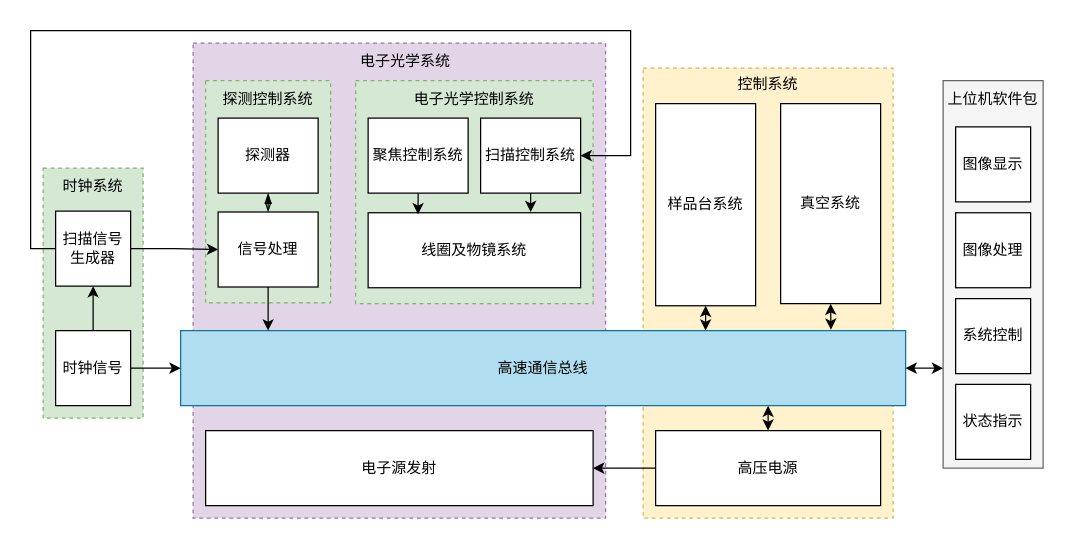
SolarAA-11/drawio keeps this draw.io diagram as page "第一张图" (1 of 2) of 系统结构图.drawio. Above is the earlier version. Source tidied: cells renumbered, new cells numbered last; positions are measured from the earlier drawing's top-left corner, leaving out a move shared by most shapes. Both pictures are drawn from the tidied source at 125%, with x=0, y=0 at pixel (30, 30).
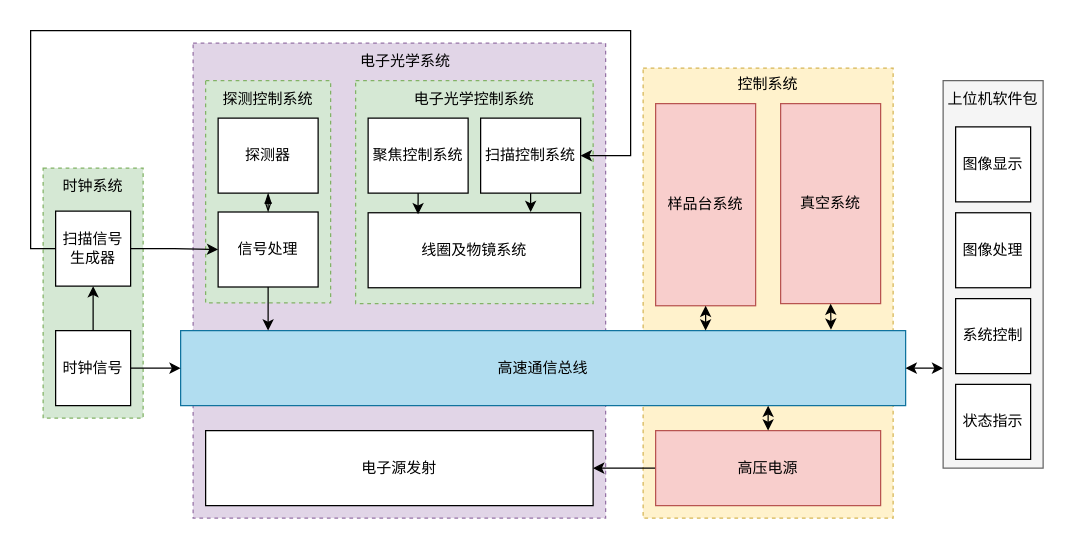
The same diagram, later.

Commit message:
更新系统结构图.drawio

Diff of the diagram source:
```diff
@@
-    <mxCell id="10" value="高压电源" style="rounded=0;whiteSpace=wrap;html=1;" parent="1" vertex="1">
+    <mxCell id="10" value="高压电源" style="rounded=0;whiteSpace=wrap;html=1;fillColor=#f8cecc;strokeColor=#b85450;" parent="1" vertex="1">
       <mxGeometry x="500" y="320" width="180" height="60" as="geometry" />
     </mxCell>
-    <mxCell id="11" value="真空系统" style="rounded=0;whiteSpace=wrap;html=1;" parent="1" vertex="1">
+    <mxCell id="11" value="真空系统" style="rounded=0;whiteSpace=wrap;html=1;fillColor=#f8cecc;strokeColor=#b85450;" parent="1" vertex="1">
       <mxGeometry x="600" y="58.4" width="80" height="160" as="geometry" />
     </mxCell>
-    <mxCell id="12" value="样品台系统&lt;br&gt;" style="rounded=0;whiteSpace=wrap;html=1;" parent="1" vertex="1">
+    <mxCell id="12" value="样品台系统&lt;br&gt;" style="rounded=0;whiteSpace=wrap;html=1;fillColor=#f8cecc;strokeColor=#b85450;" parent="1" vertex="1">
       <mxGeometry x="500" y="58.4" width="80" height="161.7" as="geometry" />
     </mxCell>
```
